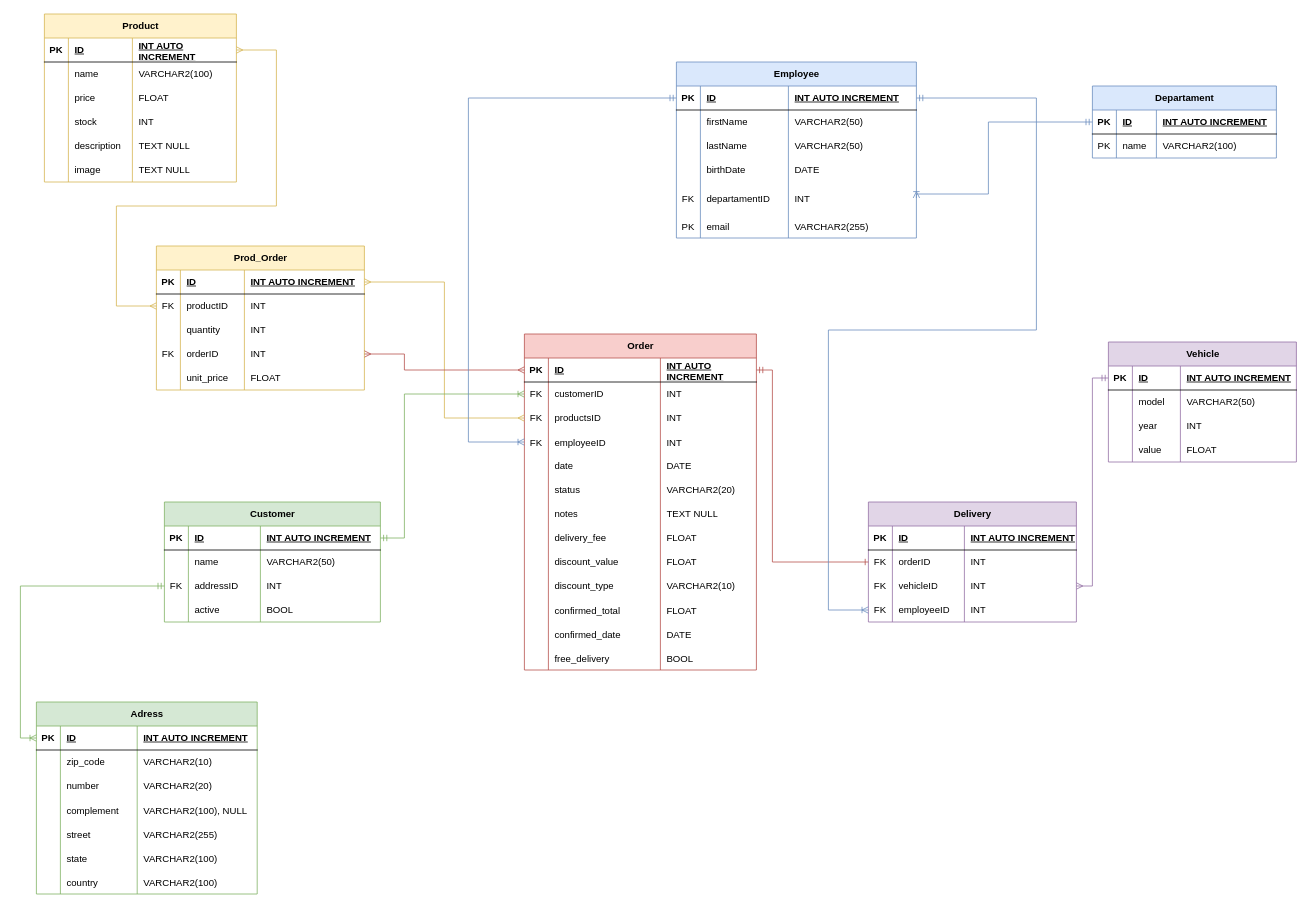
Junior-Rosa/NewBack keeps this draw.io diagram as docs/diagrams/ER Diagram NewBack.drawio. Above is the earlier version. Source tidied: cells renumbered, new cells numbered last; positions are measured from the earlier drawing's top-left corner, leaving out a move shared by most shapes. Both pictures are drawn from the tidied source at 80%, with x=0, y=0 at pixel (20, 14).
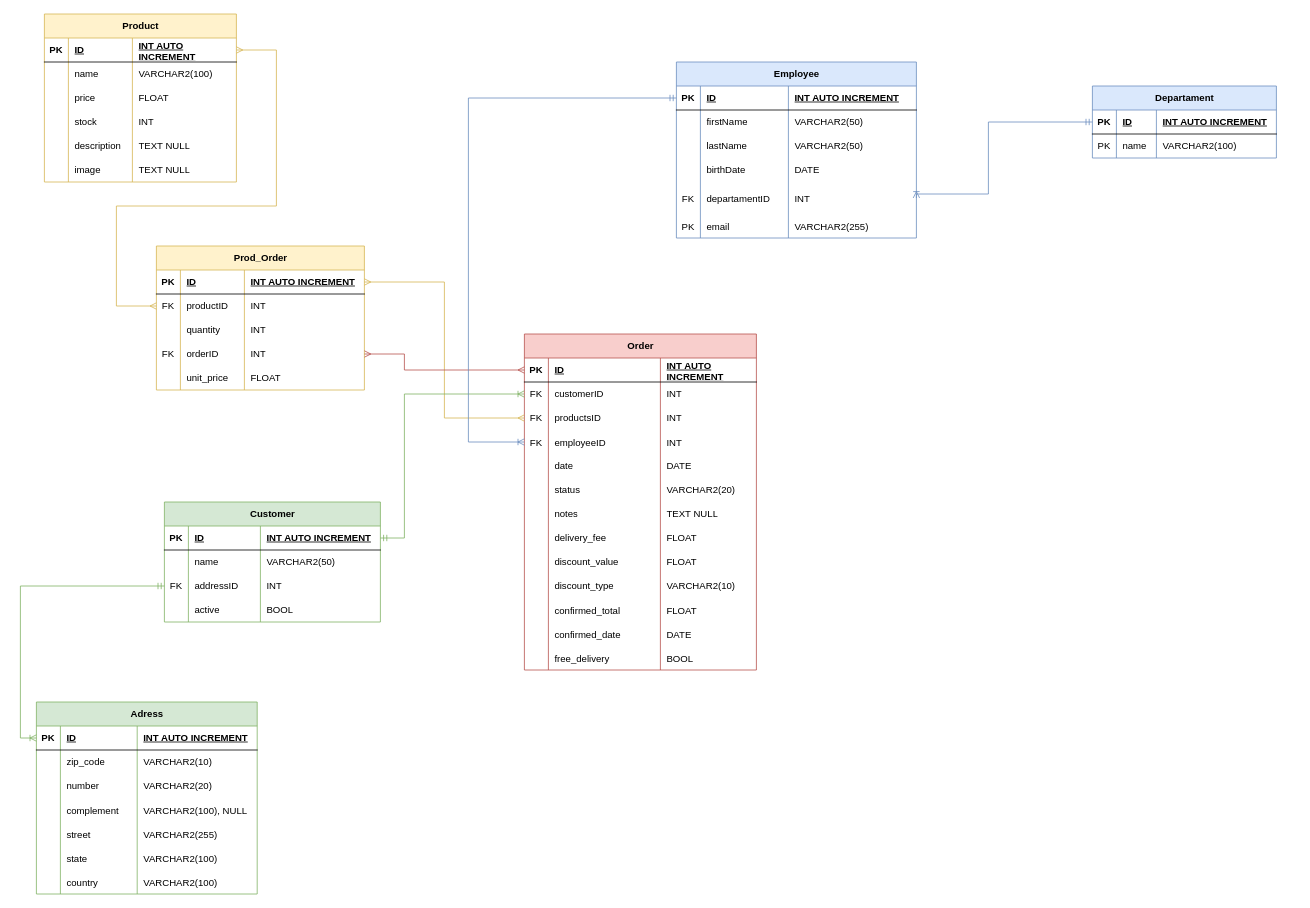
After the change.

Commit message:
docs(diagram): remove models from drawio

The change refers to these unchanged cells:
```xml
<mxCell id="28" style="shape=tableRow;horizontal=0;startSize=0;swimlaneHead=0;swimlaneBody=0;fillColor=none;points=[[0,0.5],[1,0.5]];portConstraint=eastwest;top=0;left=0;right=0;bottom=1;" parent="27" vertex="1">
  <mxGeometry y="30" width="300" height="30" as="geometry" />
</mxCell>
<mxCell id="118" style="shape=tableRow;horizontal=0;startSize=0;swimlaneHead=0;swimlaneBody=0;fillColor=none;points=[[0,0.5],[1,0.5]];portConstraint=eastwest;top=0;left=0;right=0;bottom=1;" parent="117" vertex="1">
  <mxGeometry y="30" width="290" height="30" as="geometry" />
</mxCell>
```

Change to the diagram source:
```diff
@@
-    <mxCell id="61" value="Vehicle" style="shape=table;startSize=30;childLayout=tableLayout;rowLines=0;fontStyle=1;align=center;html=1;fillColor=#e1d5e7;strokeColor=#9673a6;" parent="1" vertex="1">
-      <mxGeometry x="1360" y="410" width="235" height="150" as="geometry" />
-    </mxCell>
-    <mxCell id="62" style="shape=tableRow;horizontal=0;startSize=0;swimlaneHead=0;swimlaneBody=0;fillColor=none;points=[[0,0.5],[1,0.5]];portConstraint=eastwest;top=0;left=0;right=0;bottom=1;" parent="61" vertex="1">
-      <mxGeometry y="30" width="235" height="30" as="geometry" />
-    </mxCell>
-    <mxCell id="63" value="PK" style="shape=partialRectangle;fillColor=none;top=0;left=0;bottom=0;right=0;fontStyle=1;overflow=hidden;whiteSpace=wrap;html=1;" parent="62" vertex="1">
-      <mxGeometry width="30" height="30" as="geometry" />
-    </mxCell>
-    <mxCell id="64" value="ID" style="shape=partialRectangle;fillColor=none;top=0;left=0;bottom=0;right=0;align=left;spacingLeft=6;fontStyle=5;overflow=hidden;whiteSpace=wrap;html=1;" parent="62" vertex="1">
-      <mxGeometry x="30" width="60" height="30" as="geometry" />
-    </mxCell>
-    <mxCell id="65" value="INT AUTO INCREMENT" style="shape=partialRectangle;fillColor=none;top=0;left=0;bottom=0;right=0;align=left;spacingLeft=6;fontStyle=5;overflow=hidden;whiteSpace=wrap;html=1;" parent="62" vertex="1">
-      <mxGeometry x="90" width="145" height="30" as="geometry" />
-    </mxCell>
-    <mxCell id="66" style="shape=tableRow;horizontal=0;startSize=0;swimlaneHead=0;swimlaneBody=0;fillColor=none;top=0;left=0;right=0;bottom=0;" parent="61" vertex="1">
-      <mxGeometry y="60" width="235" height="30" as="geometry" />
-    </mxCell>
-    <mxCell id="67" style="shape=partialRectangle;fillColor=none;top=0;left=0;bottom=0;right=0;overflow=hidden;whiteSpace=wrap;html=1;" parent="66" vertex="1">
-      <mxGeometry width="30" height="30" as="geometry" />
-    </mxCell>
-    <mxCell id="68" value="model" style="shape=partialRectangle;fillColor=none;top=0;left=0;bottom=0;right=0;align=left;spacingLeft=6;overflow=hidden;whiteSpace=wrap;html=1;" parent="66" vertex="1">
-      <mxGeometry x="30" width="60" height="30" as="geometry" />
-    </mxCell>
-    <mxCell id="69" value="VARCHAR2(50)" style="shape=partialRectangle;fillColor=none;top=0;left=0;bottom=0;right=0;align=left;spacingLeft=6;overflow=hidden;whiteSpace=wrap;html=1;" parent="66" vertex="1">
-      <mxGeometry x="90" width="145" height="30" as="geometry" />
-    </mxCell>
-    <mxCell id="70" style="shape=tableRow;horizontal=0;startSize=0;swimlaneHead=0;swimlaneBody=0;fillColor=none;top=0;left=0;right=0;bottom=0;" parent="61" vertex="1">
-      <mxGeometry y="90" width="235" height="30" as="geometry" />
-    </mxCell>
-    <mxCell id="71" style="shape=partialRectangle;fillColor=none;top=0;left=0;bottom=0;right=0;overflow=hidden;whiteSpace=wrap;html=1;" parent="70" vertex="1">
-      <mxGeometry width="30" height="30" as="geometry" />
-    </mxCell>
-    <mxCell id="72" value="year" style="shape=partialRectangle;fillColor=none;top=0;left=0;bottom=0;right=0;align=left;spacingLeft=6;overflow=hidden;whiteSpace=wrap;html=1;" parent="70" vertex="1">
-      <mxGeometry x="30" width="60" height="30" as="geometry" />
-    </mxCell>
-    <mxCell id="73" value="INT" style="shape=partialRectangle;fillColor=none;top=0;left=0;bottom=0;right=0;align=left;spacingLeft=6;overflow=hidden;whiteSpace=wrap;html=1;" parent="70" vertex="1">
-      <mxGeometry x="90" width="145" height="30" as="geometry" />
-    </mxCell>
-    <mxCell id="74" style="shape=tableRow;horizontal=0;startSize=0;swimlaneHead=0;swimlaneBody=0;fillColor=none;top=0;left=0;right=0;bottom=0;" parent="61" vertex="1">
-      <mxGeometry y="120" width="235" height="30" as="geometry" />
-    </mxCell>
-    <mxCell id="75" style="shape=partialRectangle;fillColor=none;top=0;left=0;bottom=0;right=0;overflow=hidden;whiteSpace=wrap;html=1;" parent="74" vertex="1">
-      <mxGeometry width="30" height="30" as="geometry" />
-    </mxCell>
-    <mxCell id="76" value="value" style="shape=partialRectangle;fillColor=none;top=0;left=0;bottom=0;right=0;align=left;spacingLeft=6;overflow=hidden;whiteSpace=wrap;html=1;" parent="74" vertex="1">
-      <mxGeometry x="30" width="60" height="30" as="geometry" />
-    </mxCell>
-    <mxCell id="77" value="FLOAT" style="shape=partialRectangle;fillColor=none;top=0;left=0;bottom=0;right=0;align=left;spacingLeft=6;overflow=hidden;whiteSpace=wrap;html=1;" parent="74" vertex="1">
-      <mxGeometry x="90" width="145" height="30" as="geometry" />
-    </mxCell>
@@
-    <mxCell id="205" value="Delivery" style="shape=table;startSize=30;childLayout=tableLayout;rowLines=0;fontStyle=1;align=center;html=1;fillColor=#e1d5e7;strokeColor=#9673a6;" parent="1" vertex="1">
-      <mxGeometry x="1060" y="610" width="260" height="150" as="geometry" />
-    </mxCell>
-    <mxCell id="206" style="shape=tableRow;horizontal=0;startSize=0;swimlaneHead=0;swimlaneBody=0;fillColor=none;top=0;left=0;right=0;bottom=1;" parent="205" vertex="1">
-      <mxGeometry y="30" width="260" height="30" as="geometry" />
-    </mxCell>
-    <mxCell id="207" value="PK" style="shape=partialRectangle;fillColor=none;top=0;left=0;bottom=0;right=0;fontStyle=1;overflow=hidden;whiteSpace=wrap;html=1;" parent="206" vertex="1">
-      <mxGeometry width="30" height="30" as="geometry" />
-    </mxCell>
-    <mxCell id="208" value="ID" style="shape=partialRectangle;fillColor=none;top=0;left=0;bottom=0;right=0;align=left;spacingLeft=6;fontStyle=5;overflow=hidden;whiteSpace=wrap;html=1;" parent="206" vertex="1">
-      <mxGeometry x="30" width="90" height="30" as="geometry" />
-    </mxCell>
-    <mxCell id="209" value="INT AUTO INCREMENT" style="shape=partialRectangle;fillColor=none;top=0;left=0;bottom=0;right=0;align=left;spacingLeft=6;fontStyle=5;overflow=hidden;whiteSpace=wrap;html=1;" parent="206" vertex="1">
-      <mxGeometry x="120" width="140" height="30" as="geometry" />
-    </mxCell>
-    <mxCell id="210" style="shape=tableRow;horizontal=0;startSize=0;swimlaneHead=0;swimlaneBody=0;fillColor=none;top=0;left=0;right=0;bottom=0;" parent="205" vertex="1">
-      <mxGeometry y="60" width="260" height="30" as="geometry" />
-    </mxCell>
-    <mxCell id="211" value="FK" style="shape=partialRectangle;fillColor=none;top=0;left=0;bottom=0;right=0;overflow=hidden;whiteSpace=wrap;html=1;" parent="210" vertex="1">
-      <mxGeometry width="30" height="30" as="geometry" />
-    </mxCell>
-    <mxCell id="212" value="orderID" style="shape=partialRectangle;fillColor=none;top=0;left=0;bottom=0;right=0;align=left;spacingLeft=6;overflow=hidden;whiteSpace=wrap;html=1;" parent="210" vertex="1">
-      <mxGeometry x="30" width="90" height="30" as="geometry" />
-    </mxCell>
-    <mxCell id="213" value="INT" style="shape=partialRectangle;fillColor=none;top=0;left=0;bottom=0;right=0;align=left;spacingLeft=6;overflow=hidden;whiteSpace=wrap;html=1;" parent="210" vertex="1">
-      <mxGeometry x="120" width="140" height="30" as="geometry" />
-    </mxCell>
-    <mxCell id="214" style="shape=tableRow;horizontal=0;startSize=0;swimlaneHead=0;swimlaneBody=0;fillColor=none;points=[[0,0.5],[1,0.5]];portConstraint=eastwest;top=0;left=0;right=0;bottom=0;" parent="205" vertex="1">
-      <mxGeometry y="90" width="260" height="30" as="geometry" />
-    </mxCell>
-    <mxCell id="215" value="FK" style="shape=partialRectangle;fillColor=none;top=0;left=0;bottom=0;right=0;overflow=hidden;whiteSpace=wrap;html=1;" parent="214" vertex="1">
-      <mxGeometry width="30" height="30" as="geometry" />
-    </mxCell>
-    <mxCell id="216" value="vehicleID" style="shape=partialRectangle;fillColor=none;top=0;left=0;bottom=0;right=0;align=left;spacingLeft=6;overflow=hidden;whiteSpace=wrap;html=1;" parent="214" vertex="1">
-      <mxGeometry x="30" width="90" height="30" as="geometry" />
-    </mxCell>
-    <mxCell id="217" value="INT" style="shape=partialRectangle;fillColor=none;top=0;left=0;bottom=0;right=0;align=left;spacingLeft=6;overflow=hidden;whiteSpace=wrap;html=1;" parent="214" vertex="1">
-      <mxGeometry x="120" width="140" height="30" as="geometry" />
-    </mxCell>
-    <mxCell id="218" style="shape=tableRow;horizontal=0;startSize=0;swimlaneHead=0;swimlaneBody=0;fillColor=none;points=[[0,0.5],[1,0.5]];portConstraint=eastwest;top=0;left=0;right=0;bottom=0;" parent="205" vertex="1">
-      <mxGeometry y="120" width="260" height="30" as="geometry" />
-    </mxCell>
-    <mxCell id="219" value="FK" style="shape=partialRectangle;fillColor=none;top=0;left=0;bottom=0;right=0;overflow=hidden;whiteSpace=wrap;html=1;" parent="218" vertex="1">
-      <mxGeometry width="30" height="30" as="geometry" />
-    </mxCell>
-    <mxCell id="220" value="employeeID" style="shape=partialRectangle;fillColor=none;top=0;left=0;bottom=0;right=0;align=left;spacingLeft=6;overflow=hidden;whiteSpace=wrap;html=1;" parent="218" vertex="1">
-      <mxGeometry x="30" width="90" height="30" as="geometry" />
-    </mxCell>
-    <mxCell id="221" value="INT" style="shape=partialRectangle;fillColor=none;top=0;left=0;bottom=0;right=0;align=left;spacingLeft=6;overflow=hidden;whiteSpace=wrap;html=1;" parent="218" vertex="1">
-      <mxGeometry x="120" width="140" height="30" as="geometry" />
-    </mxCell>
-    <mxCell id="222" style="edgeStyle=elbowEdgeStyle;fontSize=12;html=1;endArrow=ERone;rounded=0;exitX=1;exitY=0.5;exitDx=0;exitDy=0;endFill=0;startArrow=ERmandOne;startFill=0;fillColor=#f8cecc;strokeColor=#b85450;" parent="1" edge="1" source="118">
-      <mxGeometry relative="1" as="geometry">
-        <mxPoint x="1060" y="685" as="targetPoint" />
-        <Array as="points">
-          <mxPoint x="940" y="450" />
-        </Array>
-      </mxGeometry>
-    </mxCell>
-    <mxCell id="223" style="edgeStyle=elbowEdgeStyle;fontSize=12;html=1;endArrow=ERmany;startArrow=ERmandOne;rounded=0;endFill=0;exitX=0;exitY=0.5;exitDx=0;exitDy=0;entryX=1;entryY=0.5;entryDx=0;entryDy=0;fillColor=#e1d5e7;strokeColor=#9673a6;" parent="1" edge="1" source="62" target="214">
-      <mxGeometry relative="1" as="geometry" />
-    </mxCell>
-    <mxCell id="224" style="fontSize=12;html=1;endArrow=ERoneToMany;rounded=0;entryX=0;entryY=0.5;entryDx=0;entryDy=0;exitX=1;exitY=0.5;exitDx=0;exitDy=0;startArrow=ERmandOne;startFill=0;edgeStyle=orthogonalEdgeStyle;fillColor=#dae8fc;strokeColor=#6c8ebf;" parent="1" edge="1" source="28" target="218">
-      <mxGeometry relative="1" as="geometry">
-        <Array as="points">
-          <mxPoint x="1270" y="105" />
-          <mxPoint x="1270" y="395" />
-          <mxPoint x="1010" y="395" />
-          <mxPoint x="1010" y="745" />
-        </Array>
-      </mxGeometry>
-    </mxCell>
```
